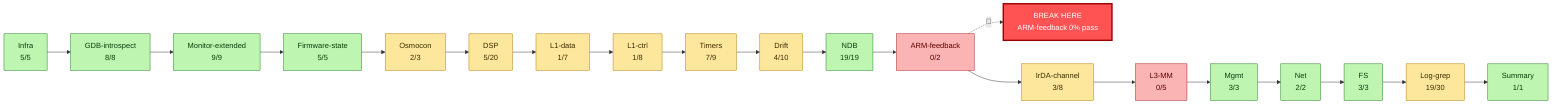
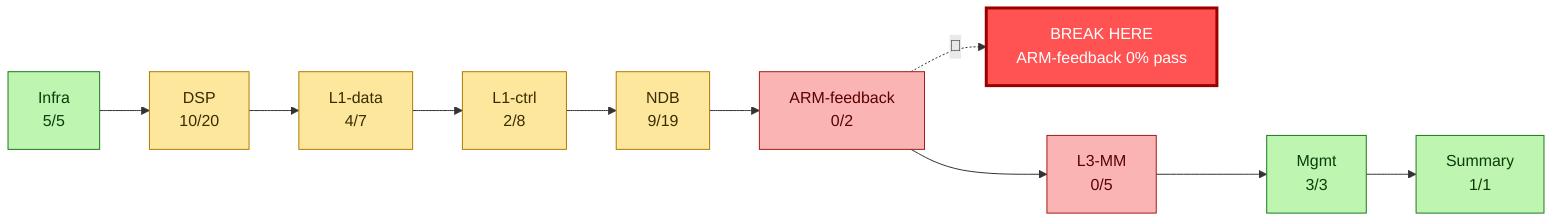
graph LR
  classDef pass    fill:#bef5b1,stroke:#1f7a1f,color:#0a3d0a;
  classDef partial fill:#fde79c,stroke:#b07a00,color:#3a2c00;
  classDef fail    fill:#fbb4b4,stroke:#a31a1a,color:#5a0000;
  classDef skip    fill:#e0e0e0,stroke:#6a6a6a,color:#333;
-   classDef brk  fill:#ff5252,stroke:#990000,color:#fff,stroke-width:3px;
+   classDef break_  fill:#ff5252,stroke:#990000,color:#fff,stroke-width:3px;
  P_Infra["Infra<br/>5/5"]
  class P_Infra pass;
-   P_GDB_introspect["GDB-introspect<br/>8/8"]
-   class P_GDB_introspect pass;
-   P_Infra --> P_GDB_introspect
-   P_Monitor_extended["Monitor-extended<br/>9/9"]
-   class P_Monitor_extended pass;
-   P_GDB_introspect --> P_Monitor_extended
-   P_Firmware_state["Firmware-state<br/>5/5"]
-   class P_Firmware_state pass;
-   P_Monitor_extended --> P_Firmware_state
-   P_Osmocon["Osmocon<br/>2/3"]
-   class P_Osmocon partial;
-   P_Firmware_state --> P_Osmocon
-   P_DSP["DSP<br/>5/20"]
+   P_DSP["DSP<br/>10/20"]
  class P_DSP partial;
-   P_Osmocon --> P_DSP
-   P_L1_data["L1-data<br/>1/7"]
+   P_Infra --> P_DSP
+   P_L1_data["L1-data<br/>4/7"]
  class P_L1_data partial;
  P_DSP --> P_L1_data
-   P_L1_ctrl["L1-ctrl<br/>1/8"]
+   P_L1_ctrl["L1-ctrl<br/>2/8"]
  class P_L1_ctrl partial;
  P_L1_data --> P_L1_ctrl
-   P_Timers["Timers<br/>7/9"]
-   class P_Timers partial;
-   P_L1_ctrl --> P_Timers
-   P_Drift["Drift<br/>4/10"]
-   class P_Drift partial;
-   P_Timers --> P_Drift
-   P_NDB["NDB<br/>19/19"]
-   class P_NDB pass;
-   P_Drift --> P_NDB
+   P_NDB["NDB<br/>9/19"]
+   class P_NDB partial;
+   P_L1_ctrl --> P_NDB
  P_ARM_feedback["ARM-feedback<br/>0/2"]
  class P_ARM_feedback fail;
  P_NDB --> P_ARM_feedback
  P_ARM_feedback -.->|🛑| BREAK_ARM_feedback["BREAK HERE<br/>ARM-feedback 0% pass"]
-   class BREAK_ARM_feedback brk;
-   P_IrDA_channel["IrDA-channel<br/>3/8"]
-   class P_IrDA_channel partial;
-   P_ARM_feedback --> P_IrDA_channel
+   class BREAK_ARM_feedback break_;
  P_L3_MM["L3-MM<br/>0/5"]
  class P_L3_MM fail;
-   P_IrDA_channel --> P_L3_MM
+   P_ARM_feedback --> P_L3_MM
  P_Mgmt["Mgmt<br/>3/3"]
  class P_Mgmt pass;
  P_L3_MM --> P_Mgmt
-   P_Net["Net<br/>2/2"]
-   class P_Net pass;
-   P_Mgmt --> P_Net
-   P_FS["FS<br/>3/3"]
-   class P_FS pass;
-   P_Net --> P_FS
-   P_Log_grep["Log-grep<br/>19/30"]
-   class P_Log_grep partial;
-   P_FS --> P_Log_grep
  P_Summary["Summary<br/>1/1"]
  class P_Summary pass;
-   P_Log_grep --> P_Summary+   P_Mgmt --> P_Summary